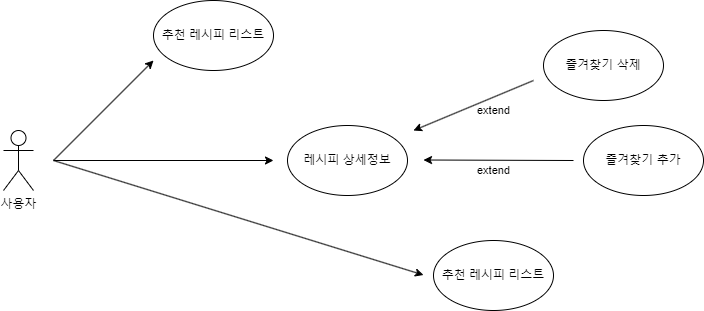
The draw.io diagram 레시피.png in Yoon-jae-min/UsecaseDiagram, before a commit. Source tidied: cells renumbered, new cells last; positions are measured from the earlier drawing's top-left corner, leaving out a move shared by most shapes.
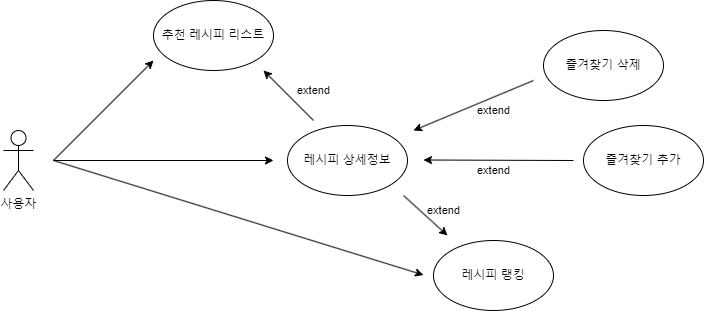
Later version of the same file.

Commit message:
레시피.png 업데이트

Change to the diagram source:
```diff
@@ -11,7 +11,7 @@
     <mxCell id="4" value="레시피 상세정보" style="ellipse;whiteSpace=wrap;html=1;fillColor=none;" parent="1" vertex="1">
       <mxGeometry x="284" y="125" width="120" height="70" as="geometry" />
     </mxCell>
-    <mxCell id="5" value="추천 레시피 리스트" style="ellipse;whiteSpace=wrap;html=1;fillColor=none;" parent="1" vertex="1">
+    <mxCell id="5" value="레시피 랭킹" style="ellipse;whiteSpace=wrap;html=1;fillColor=none;" parent="1" vertex="1">
       <mxGeometry x="430" y="240" width="120" height="70" as="geometry" />
     </mxCell>
     <mxCell id="6" style="endArrow=classic;html=1;rounded=0;" parent="1" edge="1">
@@ -50,5 +50,17 @@
         <mxPoint x="410" y="130" as="targetPoint" />
       </mxGeometry>
     </mxCell>
+    <mxCell id="13" value="extend" style="endArrow=classic;html=1;rounded=0;labelBackgroundColor=none;" parent="1" edge="1">
+      <mxGeometry x="0.33" y="16" relative="1" as="geometry">
+        <mxPoint x="400" y="195" as="sourcePoint" />
+        <mxPoint x="444" y="235" as="targetPoint" />
+      </mxGeometry>
+    </mxCell>
+    <mxCell id="14" value="extend" style="endArrow=classic;html=1;rounded=0;labelBackgroundColor=none;" parent="1" edge="1">
+      <mxGeometry x="-0.4" y="-21" relative="1" as="geometry">
+        <mxPoint x="310" y="120" as="sourcePoint" />
+        <mxPoint x="260" y="70" as="targetPoint" />
+      </mxGeometry>
+    </mxCell>
   </root>
 </mxGraphModel>
```
